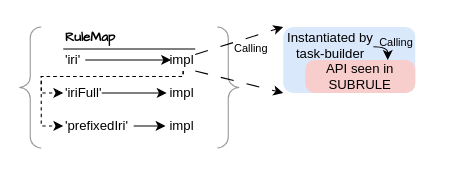
This is page "rulemap-single" (4 of 4) of content/img/traqula.drawio from Michiel-VandeVelde/Thesis, a draw.io file, before an edit. Source tidied: cells renumbered, new cells numbered last; positions are measured from the earlier drawing's top-left corner, leaving out a move shared by most shapes. Both pictures are drawn from the tidied source at 110%, with x=0, y=0 at pixel (19, 25).
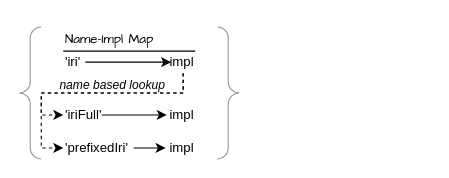
Above is the later version.

Commit message (it also covers changes not shown here):
builder based inversion of control

Unchanged cells that the change refers to:
```xml
<mxCell id="8" value="impl" style="text;strokeColor=none;fillColor=none;align=right;verticalAlign=middle;rounded=0;fontFamily=Helvetica;glass=0;html=1;comic=0;" parent="5" vertex="1">
  <mxGeometry x="98" width="22" height="20" as="geometry" />
</mxCell>
<mxCell id="11" value="&lt;div&gt;'iriFull'&lt;/div&gt;" style="text;html=1;whiteSpace=wrap;strokeColor=none;fillColor=none;align=left;verticalAlign=middle;rounded=0;fontFamily=Helvetica;" parent="9" vertex="1">
  <mxGeometry width="35" height="20" as="geometry" />
</mxCell>
<mxCell id="15" value="&lt;div&gt;'prefixedIri'&lt;/div&gt;" style="text;html=1;whiteSpace=wrap;strokeColor=none;fillColor=none;align=left;verticalAlign=middle;rounded=0;fontFamily=Helvetica;" parent="13" vertex="1">
  <mxGeometry width="64" height="20" as="geometry" />
</mxCell>
```

What changed in the source:
```diff
@@
-    <mxCell id="2" style="group;" parent="1" vertex="1">
-      <mxGeometry x="20" y="1" width="160" height="120" as="geometry" />
-    </mxCell>
+    <mxCell id="19" style="labelPosition=right;align=left;strokeWidth=1;shape=mxgraph.mockup.markup.curlyBrace;html=1;shadow=0;dashed=0;strokeColor=#999999;direction=north;hachureGap=4;fontFamily=Architects Daughter;" parent="1" vertex="1">
+      <mxGeometry y="1" width="20" height="120" as="geometry" />
+    </mxCell>
+    <mxCell id="20" style="labelPosition=right;align=left;strokeWidth=1;shape=mxgraph.mockup.markup.curlyBrace;html=1;shadow=0;dashed=0;strokeColor=#999999;direction=north;hachureGap=4;fontFamily=Architects Daughter;rotation=-180;" parent="1" vertex="1">
+      <mxGeometry x="180" y="1" width="20" height="120" as="geometry" />
+    </mxCell>
-    <mxCell id="3" value="&lt;div align=&quot;left&quot;&gt;&lt;b&gt;RuleMap&lt;/b&gt;&lt;/div&gt;" style="text;html=1;whiteSpace=wrap;strokeColor=none;fillColor=none;align=left;verticalAlign=middle;rounded=0;fontFamily=Architects Daughter;" parent="2" vertex="1">
-      <mxGeometry x="20" width="120" height="20" as="geometry" />
+    <mxCell id="3" value="Name-Impl Map" style="text;html=1;whiteSpace=wrap;strokeColor=none;fillColor=none;align=left;verticalAlign=middle;rounded=0;fontFamily=Architects Daughter;" parent="1" vertex="1">
+      <mxGeometry x="40" y="3" width="120" height="20" as="geometry" />
     </mxCell>
-    <mxCell id="4" style="endArrow=none;html=1;rounded=0;hachureGap=4;fontFamily=Architects Daughter;entryX=1;entryY=1;entryDx=0;entryDy=0;exitX=0;exitY=1;exitDx=0;exitDy=0;" parent="2" edge="1" source="3" target="3">
+    <mxCell id="4" style="endArrow=none;html=1;rounded=0;hachureGap=4;fontFamily=Architects Daughter;entryX=1;entryY=1;entryDx=0;entryDy=0;exitX=0;exitY=1;exitDx=0;exitDy=0;" parent="1" edge="1" source="3" target="3">
       <mxGeometry relative="1" as="geometry" />
     </mxCell>
-    <mxCell id="5" style="group;" parent="2" vertex="1">
-      <mxGeometry x="20" y="20" width="120" height="20" as="geometry" />
+    <mxCell id="5" style="group;" parent="1" vertex="1">
+      <mxGeometry x="40" y="23" width="120" height="20" as="geometry" />
     </mxCell>
@@
-    <mxCell id="9" style="group;fontFamily=Helvetica;" parent="2" vertex="1">
-      <mxGeometry x="20" y="50" width="120" height="20" as="geometry" />
+    <mxCell id="9" style="group;fontFamily=Helvetica;" parent="1" vertex="1">
+      <mxGeometry x="40" y="71" width="120" height="20" as="geometry" />
     </mxCell>
@@
-    <mxCell id="13" style="group;fontFamily=Helvetica;" parent="2" vertex="1">
-      <mxGeometry x="20" y="80" width="120" height="20" as="geometry" />
+    <mxCell id="13" style="group;fontFamily=Helvetica;" parent="1" vertex="1">
+      <mxGeometry x="40" y="101" width="120" height="20" as="geometry" />
     </mxCell>
@@
-    <mxCell id="17" style="edgeStyle=orthogonalEdgeStyle;rounded=0;hachureGap=4;jettySize=auto;html=1;entryX=0;entryY=0.5;entryDx=0;entryDy=0;fontFamily=Architects Daughter;curved=0;exitX=0.5;exitY=1;exitDx=0;exitDy=0;dashed=1;" parent="2" edge="1" source="8" target="11">
+    <mxCell id="17" style="edgeStyle=orthogonalEdgeStyle;rounded=0;hachureGap=4;jettySize=auto;html=1;entryX=0;entryY=0.5;entryDx=0;entryDy=0;fontFamily=Architects Daughter;curved=0;exitX=0.5;exitY=1;exitDx=0;exitDy=0;dashed=1;" parent="1" edge="1" source="8" target="11">
       <mxGeometry relative="1" as="geometry">
         <Array as="points">
-          <mxPoint x="129" y="45" />
-          <mxPoint y="45" />
-          <mxPoint y="60" />
+          <mxPoint x="149" y="61" />
+          <mxPoint x="20" y="61" />
+          <mxPoint x="20" y="81" />
         </Array>
       </mxGeometry>
     </mxCell>
-    <mxCell id="18" style="edgeStyle=orthogonalEdgeStyle;rounded=0;hachureGap=4;jettySize=auto;html=1;entryX=0;entryY=0.5;entryDx=0;entryDy=0;fontFamily=Architects Daughter;curved=0;exitX=0.5;exitY=1;exitDx=0;exitDy=0;flowAnimation=0;dashed=1;" parent="2" edge="1" source="8" target="15">
+    <mxCell id="18" style="edgeStyle=orthogonalEdgeStyle;rounded=0;hachureGap=4;jettySize=auto;html=1;entryX=0;entryY=0.5;entryDx=0;entryDy=0;fontFamily=Architects Daughter;curved=0;exitX=0.5;exitY=1;exitDx=0;exitDy=0;flowAnimation=0;dashed=1;" parent="1" edge="1" source="8" target="15">
       <mxGeometry relative="1" as="geometry">
         <Array as="points">
-          <mxPoint x="129" y="45" />
-          <mxPoint y="45" />
-          <mxPoint y="90" />
+          <mxPoint x="149" y="61" />
+          <mxPoint x="20" y="61" />
+          <mxPoint x="20" y="111" />
         </Array>
       </mxGeometry>
     </mxCell>
-    <mxCell id="19" style="labelPosition=right;align=left;strokeWidth=1;shape=mxgraph.mockup.markup.curlyBrace;html=1;shadow=0;dashed=0;strokeColor=#999999;direction=north;hachureGap=4;fontFamily=Architects Daughter;" parent="1" vertex="1">
-      <mxGeometry y="1" width="20" height="110" as="geometry" />
-    </mxCell>
-    <mxCell id="20" style="labelPosition=right;align=left;strokeWidth=1;shape=mxgraph.mockup.markup.curlyBrace;html=1;shadow=0;dashed=0;strokeColor=#999999;direction=north;hachureGap=4;fontFamily=Architects Daughter;rotation=-180;" parent="1" vertex="1">
-      <mxGeometry x="180" y="1" width="20" height="110" as="geometry" />
-    </mxCell>
-    <mxCell id="21" style="endArrow=classic;html=1;rounded=0;exitX=1;exitY=0.25;exitDx=0;exitDy=0;entryX=0;entryY=0;entryDx=0;entryDy=0;dashed=1;dashPattern=12 12;" parent="1" edge="1" source="8" target="22">
-      <mxGeometry relative="1" as="geometry" />
-    </mxCell>
-    <mxCell id="22" style="rounded=1;whiteSpace=wrap;html=1;fillColor=#dae8fc;strokeColor=none;" parent="1" vertex="1">
-      <mxGeometry x="240" y="1" width="120" height="60" as="geometry" />
-    </mxCell>
-    <mxCell id="23" style="endArrow=classic;html=1;rounded=0;exitX=1;exitY=1;exitDx=0;exitDy=0;entryX=0;entryY=1;entryDx=0;entryDy=0;dashed=1;dashPattern=12 12;" parent="1" edge="1" source="8" target="22">
-      <mxGeometry relative="1" as="geometry" />
-    </mxCell>
-    <mxCell id="24" style="edgeStyle=orthogonalEdgeStyle;rounded=0;jettySize=auto;html=1;entryX=0.75;entryY=0;entryDx=0;entryDy=0;curved=1;" parent="1" edge="1" target="26">
-      <mxGeometry relative="1" as="geometry">
-        <mxPoint x="322" y="19" as="sourcePoint" />
-      </mxGeometry>
-    </mxCell>
-    <mxCell id="25" value="&lt;div&gt;Instantiated by&lt;/div&gt;&lt;div&gt;task-builder&lt;/div&gt;" style="text;html=1;whiteSpace=wrap;strokeColor=none;fillColor=none;align=center;verticalAlign=middle;rounded=0;" parent="1" vertex="1">
-      <mxGeometry x="229" y="3" width="108" height="30" as="geometry" />
-    </mxCell>
-    <mxCell id="26" value="API seen in SUBRULE" style="rounded=1;whiteSpace=wrap;html=1;fillColor=#f8cecc;strokeColor=none;arcSize=29;" parent="1" vertex="1">
-      <mxGeometry x="260" y="31" width="100" height="30" as="geometry" />
-    </mxCell>
-    <mxCell id="27" value="&lt;font style=&quot;font-size: 10px;&quot;&gt;Calling&lt;/font&gt;" style="text;html=1;whiteSpace=wrap;strokeColor=none;fillColor=none;align=center;verticalAlign=middle;rounded=0;" parent="1" vertex="1">
-      <mxGeometry x="181" y="5" width="60" height="30" as="geometry" />
-    </mxCell>
-    <mxCell id="28" value="&lt;font style=&quot;font-size: 10px;&quot;&gt;Calling&lt;/font&gt;" style="text;html=1;whiteSpace=wrap;strokeColor=none;fillColor=none;align=center;verticalAlign=middle;rounded=0;" parent="1" vertex="1">
-      <mxGeometry x="313" width="60" height="30" as="geometry" />
-    </mxCell>
+    <mxCell id="29" value="&lt;i&gt;&lt;font style=&quot;font-size: 11px;&quot;&gt;name based lookup&lt;/font&gt;&lt;/i&gt;" style="text;html=1;whiteSpace=wrap;strokeColor=none;fillColor=none;align=center;verticalAlign=middle;rounded=0;" parent="1" vertex="1">
+      <mxGeometry x="30" y="39" width="110" height="30" as="geometry" />
+    </mxCell>
```
